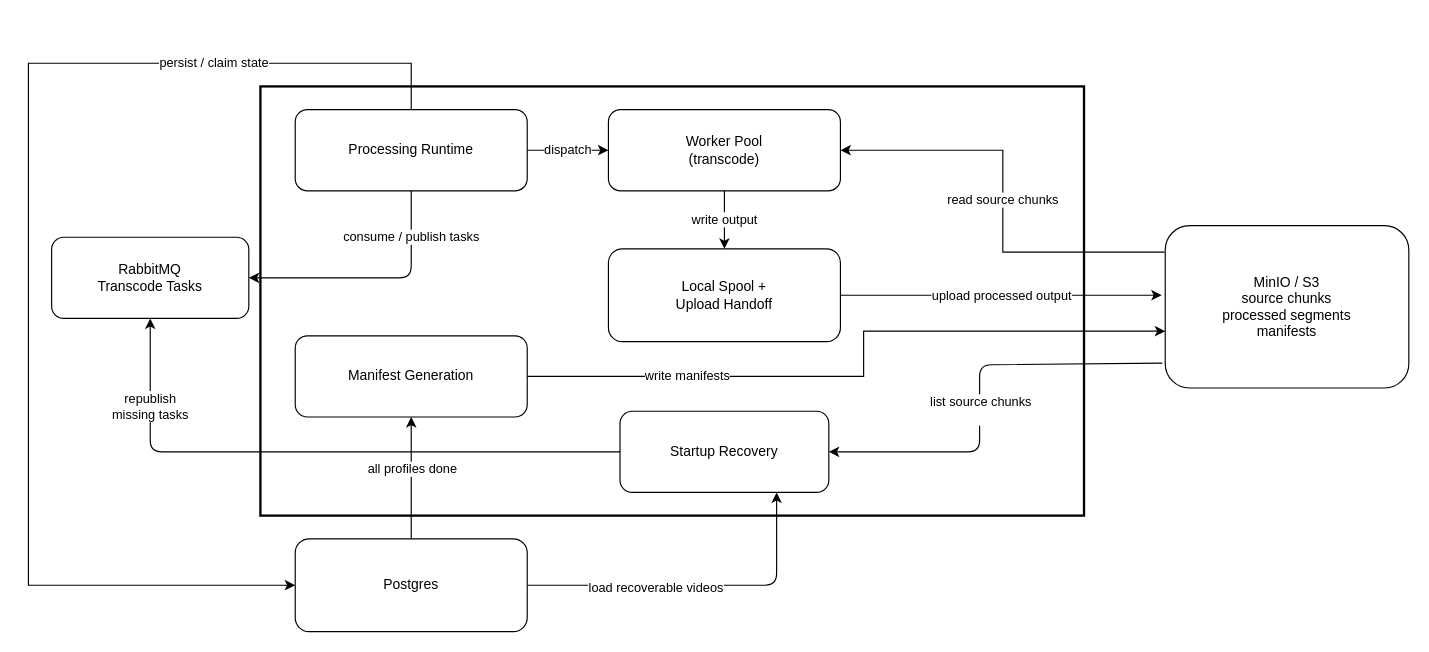
Earlier version of the draw.io diagram docs/diagrams/processing-service.drawio (S26-Distributed-Capstone/Video-Streaming). Source tidied: cells renumbered, new cells numbered last; positions are measured from the earlier drawing's top-left corner, leaving out a move shared by most shapes. Both pictures are drawn from the tidied source at 116%, with x=0, y=0 at pixel (28, 63).
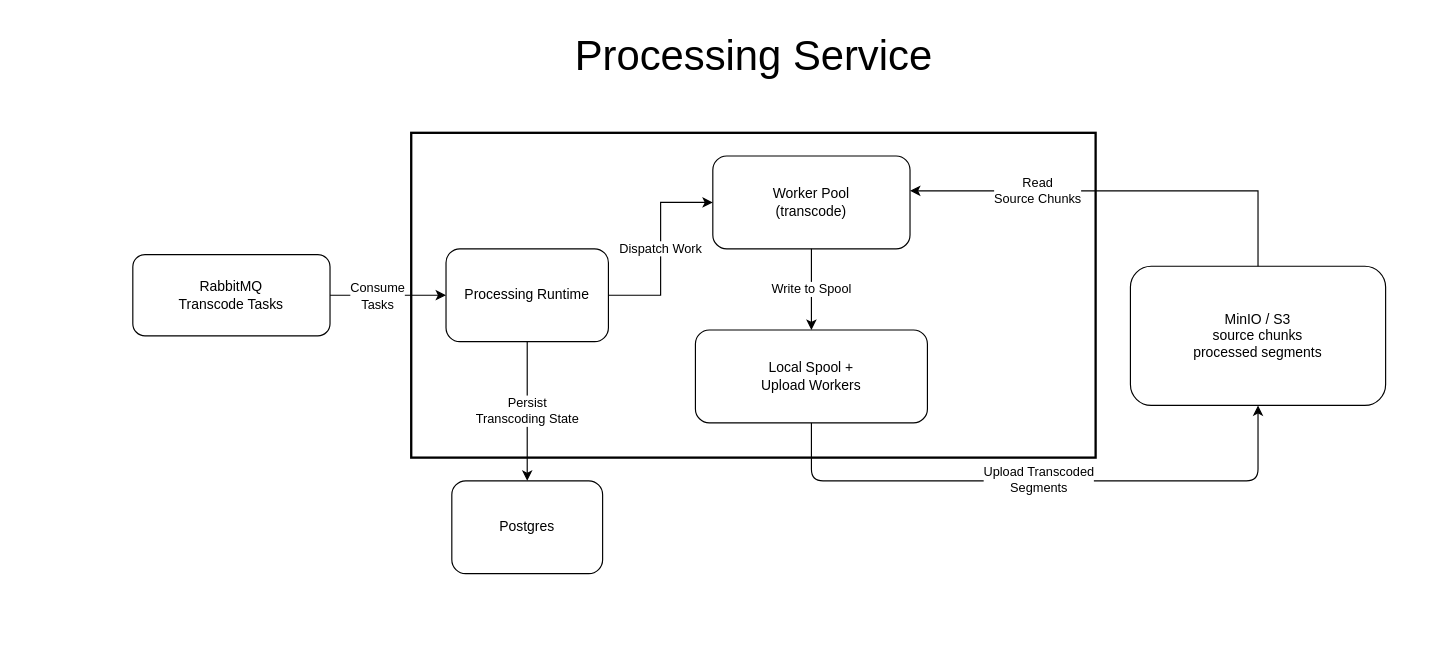
The same diagram, later.

Commit message (it also covers changes not shown here):
added other c4 diagrams

Change to the diagram source:
```diff
@@
     <mxCell id="2" style="rounded=0;whiteSpace=wrap;html=1;strokeWidth=2;" parent="1" vertex="1">
-      <mxGeometry x="200" y="20" width="710" height="370" as="geometry" />
+      <mxGeometry x="330" y="60" width="590" height="280" as="geometry" />
     </mxCell>
+    <mxCell id="22" style="edgeStyle=none;html=1;entryX=0;entryY=0.5;entryDx=0;entryDy=0;" parent="1" edge="1" source="3" target="5">
+      <mxGeometry relative="1" as="geometry" />
+    </mxCell>
+    <mxCell id="23" value="&lt;div&gt;&lt;font color=&quot;#000000&quot;&gt;Consume&lt;/font&gt;&lt;/div&gt;&lt;div&gt;Tasks&lt;/div&gt;" style="edgeLabel;html=1;align=center;verticalAlign=middle;" parent="22" vertex="1">
+      <mxGeometry x="0.18" y="2" relative="1" as="geometry">
+        <mxPoint x="-19" y="2" as="offset" />
+      </mxGeometry>
+    </mxCell>
     <mxCell id="3" value="RabbitMQ&#10;Transcode Tasks" style="rounded=1;whiteSpace=wrap;html=1;" parent="1" vertex="1">
-      <mxGeometry x="20" y="150" width="170" height="70" as="geometry" />
+      <mxGeometry x="90" y="165" width="170" height="70" as="geometry" />
     </mxCell>
-    <mxCell id="4" value="consume / publish tasks" style="edgeStyle=none;html=1;entryX=1;entryY=0.5;entryDx=0;entryDy=0;" parent="1" edge="1" source="5" target="3">
-      <mxGeometry x="-0.63" relative="1" as="geometry">
-        <Array as="points">
-          <mxPoint x="330" y="185" />
-        </Array>
-      </mxGeometry>
-    </mxCell>
     <mxCell id="5" value="Processing Runtime" style="rounded=1;whiteSpace=wrap;html=1;" parent="1" vertex="1">
-      <mxGeometry x="230" y="40" width="200" height="70" as="geometry" />
+      <mxGeometry x="360" y="160" width="140" height="80" as="geometry" />
     </mxCell>
     <mxCell id="6" value="Worker Pool&#10;(transcode)" style="rounded=1;whiteSpace=wrap;html=1;" parent="1" vertex="1">
-      <mxGeometry x="500" y="40" width="200" height="70" as="geometry" />
+      <mxGeometry x="590" y="80" width="170" height="80" as="geometry" />
     </mxCell>
+    <mxCell id="24" style="edgeStyle=none;html=1;exitX=0.5;exitY=1;exitDx=0;exitDy=0;entryX=0.5;entryY=1;entryDx=0;entryDy=0;" parent="1" edge="1" source="7" target="14">
+      <mxGeometry relative="1" as="geometry">
+        <Array as="points">
+          <mxPoint x="675" y="360" />
+          <mxPoint x="1060" y="360" />
+        </Array>
+      </mxGeometry>
+    </mxCell>
+    <mxCell id="26" value="Upload Transcoded&lt;div&gt;Segments&lt;/div&gt;" style="edgeLabel;html=1;align=center;verticalAlign=middle;" parent="24" vertex="1">
+      <mxGeometry x="-0.02" y="2" relative="1" as="geometry" />
+    </mxCell>
-    <mxCell id="7" value="Local Spool +&#10;Upload Handoff" style="rounded=1;whiteSpace=wrap;html=1;" parent="1" vertex="1">
-      <mxGeometry x="500" y="160" width="200" height="80" as="geometry" />
+    <mxCell id="7" value="Local Spool +&#10;Upload Workers" style="rounded=1;whiteSpace=wrap;html=1;" parent="1" vertex="1">
+      <mxGeometry x="575" y="230" width="200" height="80" as="geometry" />
     </mxCell>
-    <mxCell id="8" value="Manifest Generation" style="rounded=1;whiteSpace=wrap;html=1;" parent="1" vertex="1">
-      <mxGeometry x="230" y="235" width="200" height="70" as="geometry" />
-    </mxCell>
-    <mxCell id="9" style="edgeStyle=none;html=1;entryX=0.5;entryY=1;entryDx=0;entryDy=0;" parent="1" edge="1" source="11" target="3">
-      <mxGeometry relative="1" as="geometry">
-        <Array as="points">
-          <mxPoint x="105" y="335" />
-        </Array>
-      </mxGeometry>
-    </mxCell>
-    <mxCell id="10" value="republish&lt;div&gt;missing tasks&lt;/div&gt;" style="edgeLabel;html=1;align=center;verticalAlign=middle;" parent="9" vertex="1">
-      <mxGeometry x="0.71" y="1" relative="1" as="geometry" />
-    </mxCell>
-    <mxCell id="11" value="Startup Recovery" style="rounded=1;whiteSpace=wrap;html=1;" parent="1" vertex="1">
-      <mxGeometry x="510" y="300" width="180" height="70" as="geometry" />
-    </mxCell>
-    <mxCell id="12" style="edgeStyle=none;html=1;entryX=1;entryY=0.5;entryDx=0;entryDy=0;exitX=-0.012;exitY=0.847;exitDx=0;exitDy=0;exitPerimeter=0;" parent="1" edge="1" source="14" target="11">
-      <mxGeometry relative="1" as="geometry">
-        <Array as="points">
-          <mxPoint x="820" y="260" />
-          <mxPoint x="820" y="335" />
-        </Array>
-      </mxGeometry>
-    </mxCell>
-    <mxCell id="13" value="list source chunks&lt;div&gt;&lt;br&gt;&lt;/div&gt;" style="edgeLabel;html=1;align=center;verticalAlign=middle;" parent="12" vertex="1">
-      <mxGeometry x="0.08" relative="1" as="geometry" />
-    </mxCell>
+    <mxCell id="25" value="Postgres" style="rounded=1;whiteSpace=wrap;html=1;" parent="1" vertex="1">
+      <mxGeometry x="365" y="360" width="130" height="80" as="geometry" />
+    </mxCell>
-    <mxCell id="14" value="MinIO / S3&#10;source chunks&#10;processed segments&#10;manifests" style="rounded=1;whiteSpace=wrap;html=1;" parent="1" vertex="1">
-      <mxGeometry x="980" y="140" width="210" height="140" as="geometry" />
+    <mxCell id="14" value="MinIO / S3&#10;source chunks&#10;processed segments" style="rounded=1;whiteSpace=wrap;html=1;" parent="1" vertex="1">
+      <mxGeometry x="950" y="175" width="220" height="120" as="geometry" />
     </mxCell>
-    <mxCell id="15" value="dispatch" style="edgeStyle=orthogonalEdgeStyle;rounded=0;jettySize=auto;html=1;" parent="1" edge="1" source="5" target="6">
+    <mxCell id="15" value="Persist&lt;div&gt;Transcoding State&lt;/div&gt;" style="edgeStyle=orthogonalEdgeStyle;rounded=0;jettySize=auto;html=1;" parent="1" edge="1" source="5" target="25">
       <mxGeometry relative="1" as="geometry" />
     </mxCell>
-    <mxCell id="16" value="read source chunks" style="edgeStyle=orthogonalEdgeStyle;rounded=0;jettySize=auto;html=1;exitX=-0.003;exitY=0.163;entryX=1;entryY=0.5;exitDx=0;exitDy=0;exitPerimeter=0;" parent="1" edge="1" source="14" target="6">
+    <mxCell id="16" value="Dispatch Work" style="edgeStyle=orthogonalEdgeStyle;rounded=0;jettySize=auto;html=1;entryX=0;entryY=0.5;entryDx=0;entryDy=0;" parent="1" edge="1" source="5" target="6">
       <mxGeometry relative="1" as="geometry" />
     </mxCell>
-    <mxCell id="17" value="write output" style="edgeStyle=orthogonalEdgeStyle;rounded=0;jettySize=auto;html=1;" parent="1" edge="1" source="6" target="7">
-      <mxGeometry relative="1" as="geometry" />
+    <mxCell id="17" value="&lt;div&gt;Read&lt;/div&gt;&lt;div&gt;Source Chunks&lt;/div&gt;" style="edgeStyle=orthogonalEdgeStyle;rounded=0;jettySize=auto;html=1;" parent="1" edge="1" source="14" target="6">
+      <mxGeometry x="0.4" relative="1" as="geometry">
+        <Array as="points">
+          <mxPoint x="1060" y="110" />
+        </Array>
+      </mxGeometry>
     </mxCell>
-    <mxCell id="18" value="persist / claim state" style="edgeStyle=orthogonalEdgeStyle;rounded=0;jettySize=auto;html=1;entryX=0;entryY=0.5;entryDx=0;entryDy=0;" parent="1" edge="1" source="5" target="25">
-      <mxGeometry x="-0.6" relative="1" as="geometry">
-        <Array as="points">
-          <mxPoint x="330" />
-          <mxPoint />
-          <mxPoint y="450" />
-        </Array>
-      </mxGeometry>
+    <mxCell id="18" value="Write to Spool" style="edgeStyle=orthogonalEdgeStyle;rounded=0;jettySize=auto;html=1;" parent="1" edge="1" source="6" target="7">
+      <mxGeometry relative="1" as="geometry" />
     </mxCell>
-    <mxCell id="19" value="upload processed output" style="edgeStyle=orthogonalEdgeStyle;rounded=0;jettySize=auto;html=1;exitX=1;exitY=0.5;" parent="1" edge="1" source="7">
-      <mxGeometry relative="1" as="geometry">
-        <mxPoint x="977" y="200" as="targetPoint" />
-      </mxGeometry>
-    </mxCell>
-    <mxCell id="20" value="write manifests" style="edgeStyle=orthogonalEdgeStyle;rounded=0;jettySize=auto;html=1;exitX=1;exitY=0.5;entryX=0;entryY=0.65;" parent="1" edge="1" source="8" target="14">
-      <mxGeometry x="-0.53" relative="1" as="geometry">
-        <Array as="points">
-          <mxPoint x="720" y="270" />
-          <mxPoint x="720" y="231" />
-        </Array>
-      </mxGeometry>
-    </mxCell>
-    <mxCell id="21" style="edgeStyle=none;html=1;entryX=0.75;entryY=1;entryDx=0;entryDy=0;" parent="1" edge="1" source="25" target="11">
-      <mxGeometry relative="1" as="geometry">
-        <Array as="points">
-          <mxPoint x="645" y="450" />
-        </Array>
-      </mxGeometry>
-    </mxCell>
-    <mxCell id="22" value="load recoverable videos" style="edgeLabel;html=1;align=center;verticalAlign=middle;" parent="21" vertex="1">
-      <mxGeometry x="-0.25" y="-1" relative="1" as="geometry">
-        <mxPoint x="-1" as="offset" />
-      </mxGeometry>
-    </mxCell>
-    <mxCell id="23" style="edgeStyle=none;html=1;entryX=0.5;entryY=1;entryDx=0;entryDy=0;" parent="1" edge="1" source="25" target="8">
-      <mxGeometry relative="1" as="geometry" />
-    </mxCell>
-    <mxCell id="24" value="all profiles done" style="edgeLabel;html=1;align=center;verticalAlign=middle;" parent="23" vertex="1">
-      <mxGeometry x="-0.19" y="2" relative="1" as="geometry">
-        <mxPoint x="2" y="-18" as="offset" />
-      </mxGeometry>
-    </mxCell>
-    <mxCell id="25" value="Postgres" style="rounded=1;whiteSpace=wrap;html=1;" parent="1" vertex="1">
-      <mxGeometry x="230" y="410" width="200" height="80" as="geometry" />
-    </mxCell>
+    <mxCell id="27" value="&lt;font style=&quot;font-size: 36px;&quot;&gt;Processing Service&lt;/font&gt;" style="text;html=1;align=center;verticalAlign=middle;strokeColor=none;fillColor=none;" parent="1" vertex="1">
+      <mxGeometry x="460" y="-37" width="330" height="60" as="geometry" />
+    </mxCell>
```
